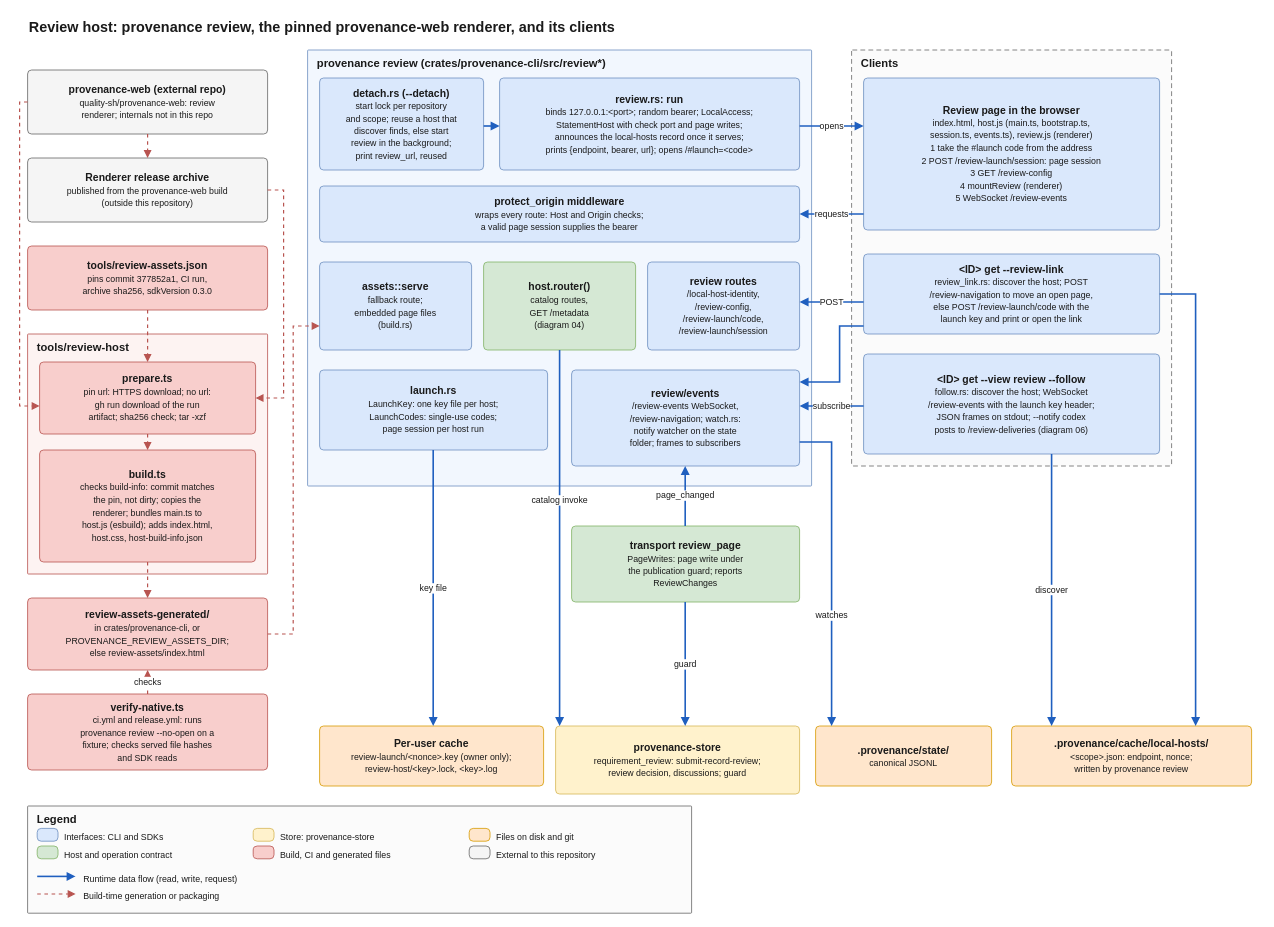
quality-sh/provenance keeps this draw.io diagram as docs/architecture/diagrams/07-review-host.drawio. Above is the earlier version. Source tidied: cells renumbered, new cells numbered last; positions are measured from the earlier drawing's top-left corner, leaving out a move shared by most shapes. Both pictures are drawn from the tidied source at 80%, with x=0, y=0 at pixel (19, 14).
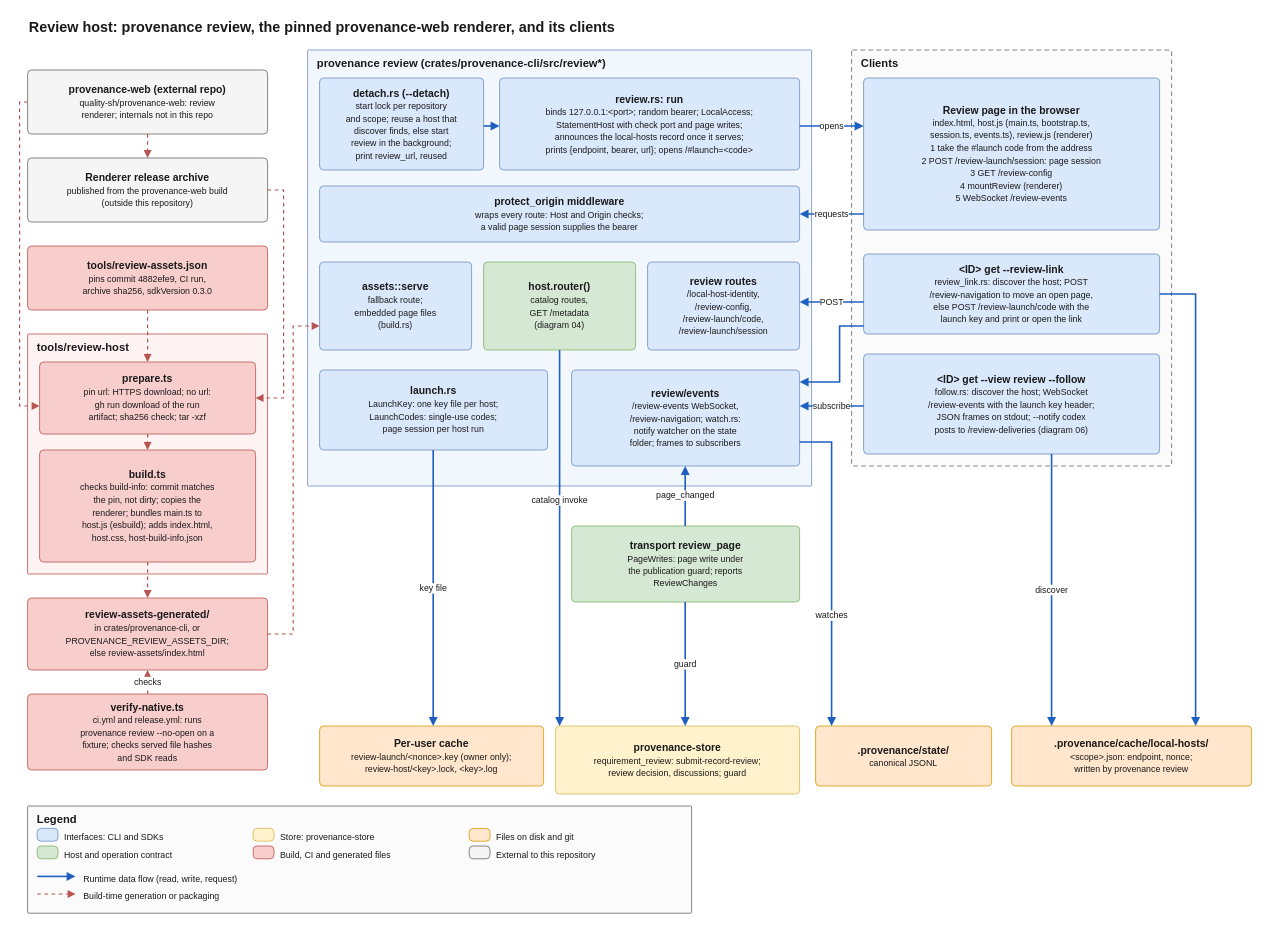
After the change.

Commit message (it also covers changes not shown here):
Pin the review renderer to provenance-web 4882efe9ae98

Diff of the diagram source:
```diff
@@
-    <mxCell id="5" value="&lt;b&gt;tools/review-assets.json&lt;/b&gt;&lt;br&gt;&lt;font style=&quot;font-size:11px&quot;&gt;pins commit 377852a1, CI run,&lt;br&gt;archive sha256, sdkVersion 0.3.0&lt;/font&gt;" style="rounded=1;arcSize=10;absoluteArcSize=1;whiteSpace=wrap;html=1;fillColor=#f8cecc;strokeColor=#b85450;fontSize=13;fontColor=#1a1a1a;verticalAlign=middle;align=center;spacing=4;" parent="1" vertex="1">
+    <mxCell id="5" value="&lt;b&gt;tools/review-assets.json&lt;/b&gt;&lt;br&gt;&lt;font style=&quot;font-size:11px&quot;&gt;pins commit 4882efe9, CI run,&lt;br&gt;archive sha256, sdkVersion 0.3.0&lt;/font&gt;" style="rounded=1;arcSize=10;absoluteArcSize=1;whiteSpace=wrap;html=1;fillColor=#f8cecc;strokeColor=#b85450;fontSize=13;fontColor=#1a1a1a;verticalAlign=middle;align=center;spacing=4;" parent="1" vertex="1">
       <mxGeometry x="10" y="290" width="300" height="80" as="geometry" />
     </mxCell>
```
